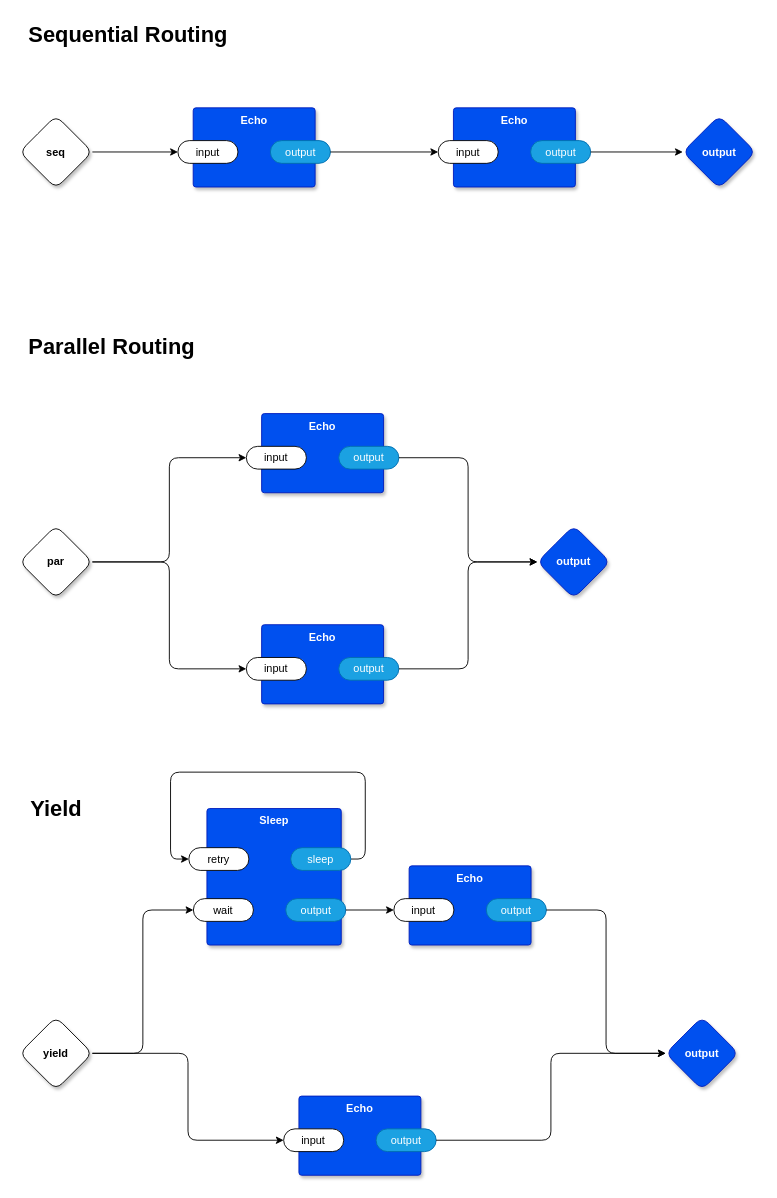
Before: example.drawio in guitarvydas/odin0d, a draw.io diagram. Source tidied: cells renumbered, new cells numbered last; positions are measured from the earlier drawing's top-left corner, leaving out a move shared by most shapes. Both pictures are drawn from the tidied source at 91%, with x=0, y=0 at pixel (19, 15).
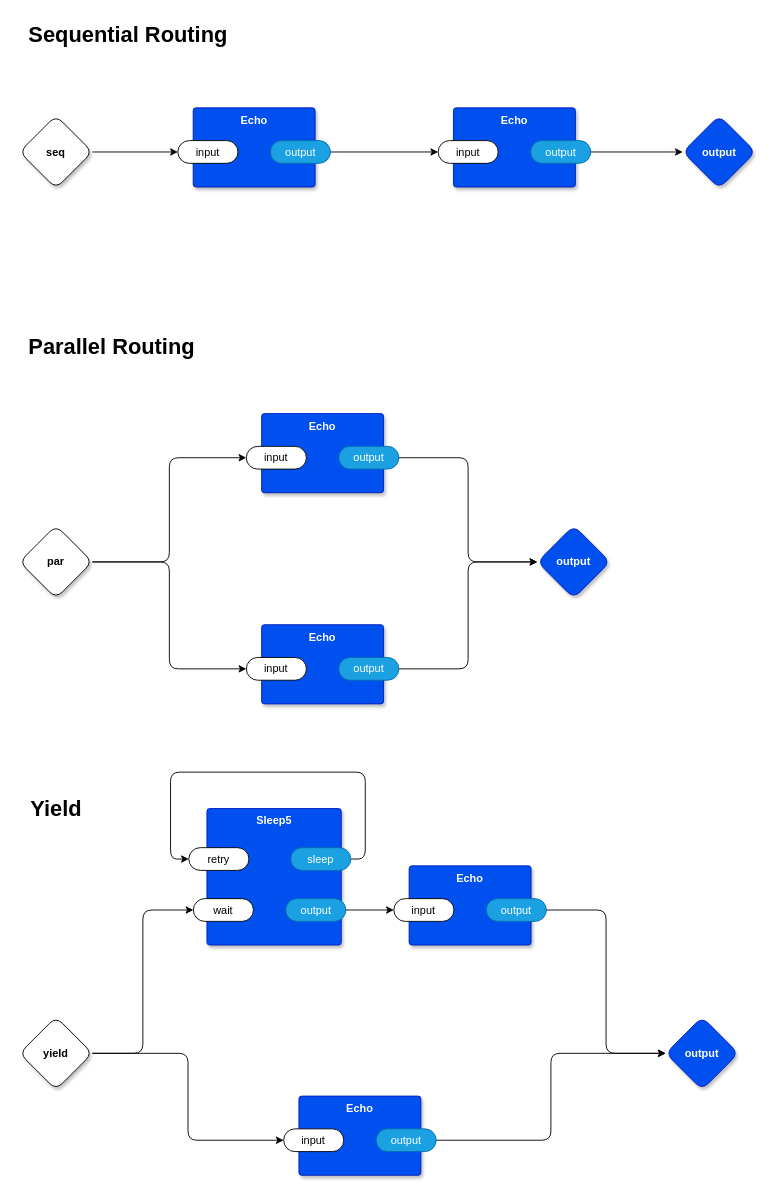
The same page after the edit.

The edit, as a diff of the source:
```diff
@@
-    <mxCell id="31" value="Sleep" style="rounded=1;whiteSpace=wrap;html=1;sketch=0;verticalAlign=top;arcSize=6;fontStyle=1;absoluteArcSize=1;shadow=1;strokeColor=#001DBC;fillColor=#0050ef;fontColor=#ffffff;" parent="1" vertex="1">
+    <mxCell id="31" value="Sleep5" style="rounded=1;whiteSpace=wrap;html=1;sketch=0;verticalAlign=top;arcSize=6;fontStyle=1;absoluteArcSize=1;shadow=1;strokeColor=#001DBC;fillColor=#0050ef;fontColor=#ffffff;" parent="1" vertex="1">
       <mxGeometry x="205.9" y="871" width="147.6" height="150" as="geometry" />
     </mxCell>
```
